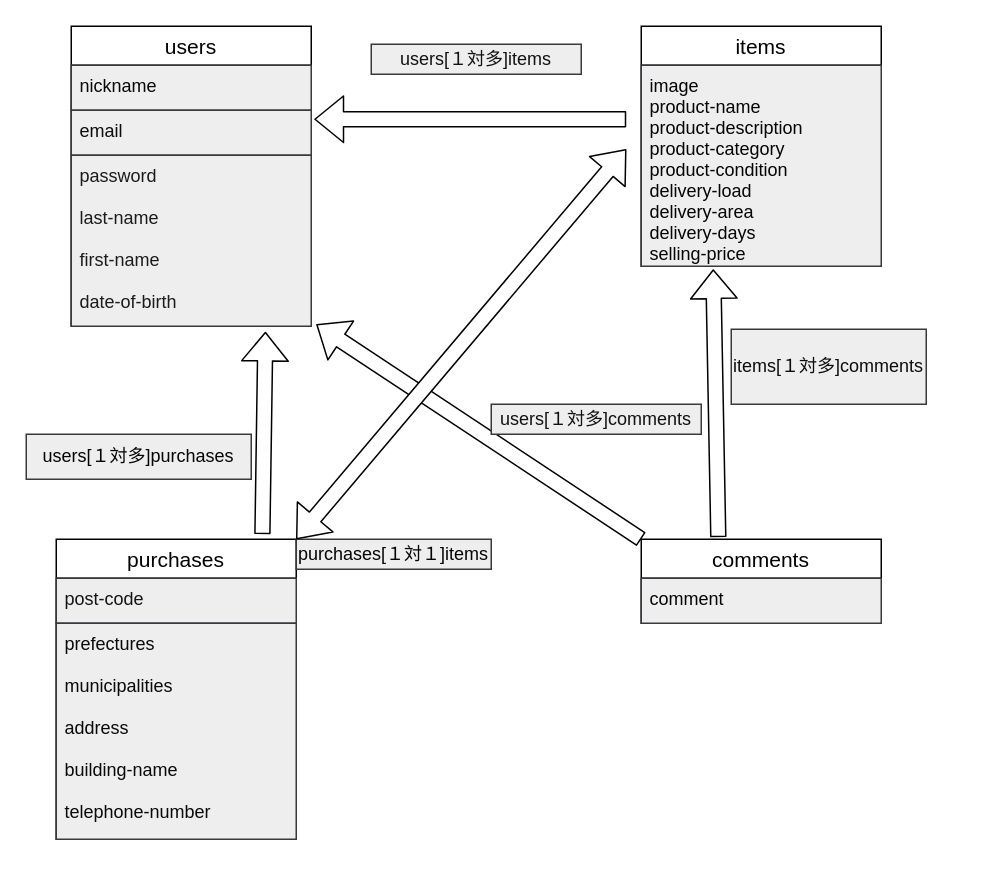
Earlier version of the draw.io diagram teburu.dio (syun-2466/furima-34993). Source tidied: cells renumbered, new cells numbered last; positions are measured from the earlier drawing's top-left corner, leaving out a move shared by most shapes. Both pictures are drawn from the tidied source at 150%, with x=0, y=0 at pixel (26, 26).
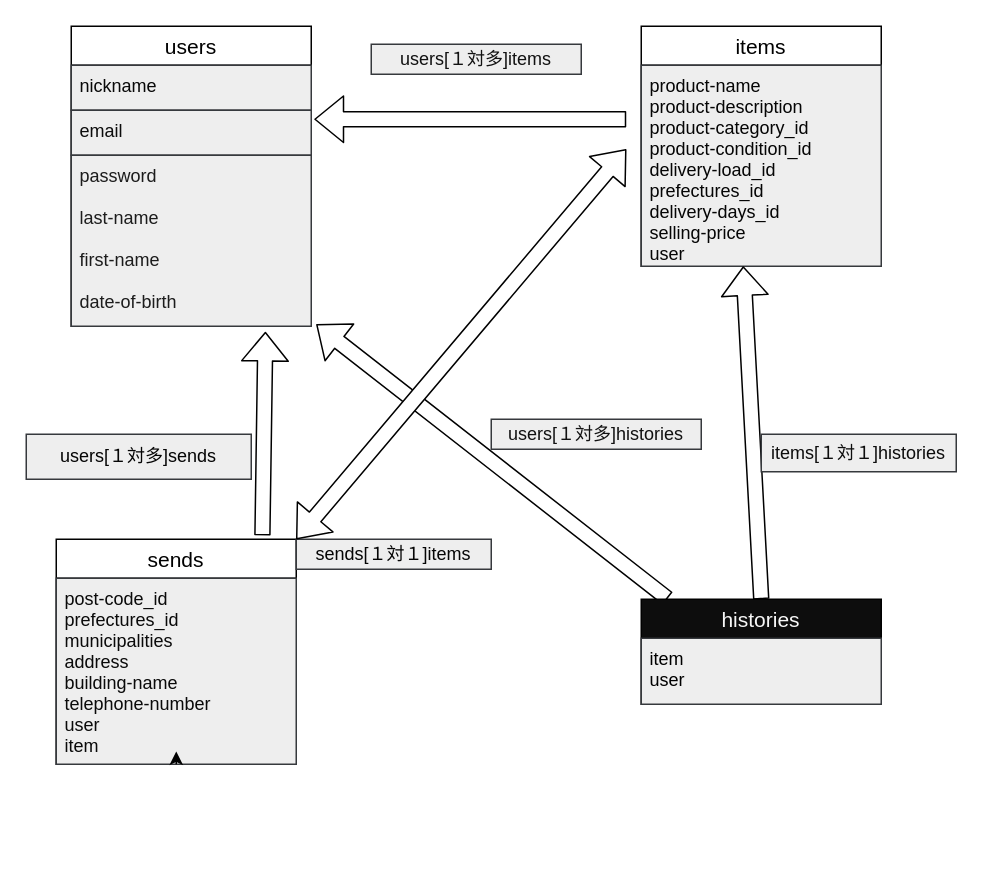
The same diagram, later.

The change refers to these unchanged cells:
```xml
<mxCell id="7" value="items" style="swimlane;fontStyle=0;horizontal=1;startSize=26;align=center;fontSize=14;" parent="1" vertex="1">
  <mxGeometry x="410" width="160" height="160" as="geometry" />
</mxCell>
<mxCell id="12" value="password &#10;&#10;last-name&#10;&#10;first-name&#10;&#10;date-of-birth&#10;" style="text;strokeColor=#36393d;spacingLeft=4;spacingRight=4;overflow=hidden;points=[[0,0.5],[1,0.5]];portConstraint=eastwest;fontSize=12;fillColor=#eeeeee;fontColor=#1C1C1C;" parent="9" vertex="1">
  <mxGeometry y="86" width="160" height="114" as="geometry" />
</mxCell>
```

What changed in the source:
```diff
@@
-    <mxCell id="2" value="purchases" style="swimlane;fontStyle=0;horizontal=1;startSize=26;align=center;fontSize=14;" parent="1" vertex="1">
-      <mxGeometry x="20" y="342" width="160" height="200" as="geometry" />
+    <mxCell id="2" value="sends" style="swimlane;fontStyle=0;horizontal=1;startSize=26;align=center;fontSize=14;" parent="1" vertex="1">
+      <mxGeometry x="20" y="342" width="160" height="150" as="geometry" />
     </mxCell>
-    <mxCell id="3" value="post-code" style="text;strokeColor=#36393d;spacingLeft=4;spacingRight=4;overflow=hidden;fontSize=12;fillColor=#eeeeee;fontColor=#141414;" parent="2" vertex="1">
-      <mxGeometry y="26" width="160" height="30" as="geometry" />
-    </mxCell>
-    <mxCell id="4" value="prefectures&#10;&#10;municipalities&#10;&#10;address&#10;&#10;building-name&#10;&#10;telephone-number" style="text;strokeColor=#36393d;spacingLeft=4;spacingRight=4;overflow=hidden;points=[[0,0.5],[1,0.5]];portConstraint=eastwest;fontSize=12;fillColor=#eeeeee;fontColor=#0A0A0A;" parent="2" vertex="1">
-      <mxGeometry y="56" width="160" height="144" as="geometry" />
+    <mxCell id="4" value="post-code_id&#10;prefectures_id&#10;municipalities&#10;address&#10;building-name&#10;telephone-number&#10;user&#10;item" style="text;strokeColor=#36393d;spacingLeft=4;spacingRight=4;overflow=hidden;points=[[0,0.5],[1,0.5]];portConstraint=eastwest;fontSize=12;fillColor=#eeeeee;fontColor=#0A0A0A;" parent="2" vertex="1">
+      <mxGeometry y="26" width="160" height="124" as="geometry" />
     </mxCell>
-    <mxCell id="5" value="comments" style="swimlane;fontStyle=0;horizontal=1;startSize=26;align=center;fontSize=14;" parent="1" vertex="1">
-      <mxGeometry x="410" y="342" width="160" height="56" as="geometry" />
-    </mxCell>
-    <mxCell id="6" value="comment" style="text;spacingLeft=4;spacingRight=4;overflow=hidden;fontSize=12;fillColor=#eeeeee;strokeColor=#36393d;fontColor=#050505;" parent="5" vertex="1">
-      <mxGeometry y="26" width="160" height="30" as="geometry" />
-    </mxCell>
+    <mxCell id="24" style="edgeStyle=none;html=1;exitX=0.5;exitY=1;exitDx=0;exitDy=0;entryX=0.5;entryY=0.931;entryDx=0;entryDy=0;entryPerimeter=0;fontColor=#0A0A0A;fillColor=#ffffff;" parent="2" edge="1" source="2" target="4">
+      <mxGeometry relative="1" as="geometry" />
+    </mxCell>
@@
-    <mxCell id="8" value="image&#10;product-name&#10;product-description&#10;product-category&#10;product-condition&#10;delivery-load&#10;delivery-area&#10;delivery-days&#10;selling-price" style="text;strokeColor=#36393d;spacingLeft=4;spacingRight=4;overflow=hidden;fontSize=12;fillColor=#eeeeee;fontColor=#050505;" parent="7" vertex="1">
+    <mxCell id="8" value="product-name&#10;product-description&#10;product-category_id&#10;product-condition_id&#10;delivery-load_id&#10;prefectures_id&#10;delivery-days_id&#10;selling-price&#10;user" style="text;strokeColor=#36393d;spacingLeft=4;spacingRight=4;overflow=hidden;fontSize=12;fillColor=#eeeeee;fontColor=#050505;" parent="7" vertex="1">
       <mxGeometry y="26" width="160" height="134" as="geometry" />
     </mxCell>
@@
-    <mxCell id="15" value="users[１対多]purchases" style="text;html=1;strokeColor=#36393d;align=center;verticalAlign=middle;whiteSpace=wrap;rounded=0;fillColor=#eeeeee;fontColor=#050505;" parent="1" vertex="1">
+    <mxCell id="15" value="users[１対多]sends" style="text;html=1;strokeColor=#36393d;align=center;verticalAlign=middle;whiteSpace=wrap;rounded=0;fillColor=#eeeeee;fontColor=#050505;" parent="1" vertex="1">
       <mxGeometry y="272" width="150" height="30" as="geometry" />
     </mxCell>
-    <mxCell id="16" style="shape=flexArrow;endArrow=classic;html=1;fontColor=#f0f0f0;entryX=1.021;entryY=0.989;entryDx=0;entryDy=0;entryPerimeter=0;exitX=0;exitY=0;exitDx=0;exitDy=0;fillColor=#ffffff;" parent="1" edge="1" source="5" target="12">
+    <mxCell id="16" style="shape=flexArrow;endArrow=classic;html=1;fontColor=#f0f0f0;entryX=1.021;entryY=0.989;entryDx=0;entryDy=0;entryPerimeter=0;fillColor=#ffffff;exitX=0.11;exitY=-0.006;exitDx=0;exitDy=0;exitPerimeter=0;" parent="1" edge="1" source="25" target="12">
       <mxGeometry relative="1" as="geometry" />
     </mxCell>
-    <mxCell id="17" value="users[１対多]comments" style="text;html=1;strokeColor=#36393d;align=center;verticalAlign=middle;whiteSpace=wrap;rounded=0;fillColor=#eeeeee;fontColor=#121212;" parent="1" vertex="1">
-      <mxGeometry x="310" y="252" width="140" height="20" as="geometry" />
+    <mxCell id="17" value="users[１対多]histories" style="text;html=1;strokeColor=#36393d;align=center;verticalAlign=middle;whiteSpace=wrap;rounded=0;fillColor=#eeeeee;fontColor=#121212;" parent="1" vertex="1">
+      <mxGeometry x="310" y="262" width="140" height="20" as="geometry" />
     </mxCell>
-    <mxCell id="18" style="shape=flexArrow;endArrow=classic;html=1;fontColor=#f0f0f0;exitX=0.321;exitY=-0.025;exitDx=0;exitDy=0;exitPerimeter=0;fillColor=#ffffff;" parent="1" edge="1" source="5">
+    <mxCell id="18" style="shape=flexArrow;endArrow=classic;html=1;fontColor=#f0f0f0;fillColor=#ffffff;exitX=0.5;exitY=0;exitDx=0;exitDy=0;" parent="1" edge="1" source="25">
       <mxGeometry relative="1" as="geometry">
-        <mxPoint x="458" y="162" as="targetPoint" />
+        <mxPoint x="478" y="160" as="targetPoint" />
       </mxGeometry>
     </mxCell>
-    <mxCell id="19" value="items[１対多]comments" style="text;html=1;strokeColor=#36393d;align=center;verticalAlign=middle;whiteSpace=wrap;rounded=0;fillColor=#eeeeee;fontColor=#0D0D0D;" parent="1" vertex="1">
-      <mxGeometry x="470" y="202" width="130" height="50" as="geometry" />
+    <mxCell id="19" value="items[１対１]histories" style="text;html=1;strokeColor=#36393d;align=center;verticalAlign=middle;whiteSpace=wrap;rounded=0;fillColor=#eeeeee;fontColor=#0D0D0D;" parent="1" vertex="1">
+      <mxGeometry x="490" y="272" width="130" height="25" as="geometry" />
     </mxCell>
@@
-    <mxCell id="21" value="purchases[１対１]items" style="text;html=1;strokeColor=#36393d;align=center;verticalAlign=middle;whiteSpace=wrap;rounded=0;fillColor=#eeeeee;fontColor=#050505;" parent="1" vertex="1">
+    <mxCell id="21" value="sends[１対１]items" style="text;html=1;strokeColor=#36393d;align=center;verticalAlign=middle;whiteSpace=wrap;rounded=0;fillColor=#eeeeee;fontColor=#050505;" parent="1" vertex="1">
       <mxGeometry x="180" y="342" width="130" height="20" as="geometry" />
     </mxCell>
@@
+    <mxCell id="25" value="histories" style="swimlane;fontStyle=0;horizontal=1;startSize=26;align=center;fontSize=14;fillColor=#0D0D0D;fontColor=#F7F7F7;" parent="1" vertex="1">
+      <mxGeometry x="410" y="382" width="160" height="70" as="geometry" />
+    </mxCell>
+    <mxCell id="26" value="item&#10;user" style="text;strokeColor=#36393d;fillColor=#eeeeee;spacingLeft=4;spacingRight=4;overflow=hidden;fontSize=12;fontColor=#000000;" parent="25" vertex="1">
+      <mxGeometry y="26" width="160" height="44" as="geometry" />
+    </mxCell>
```
